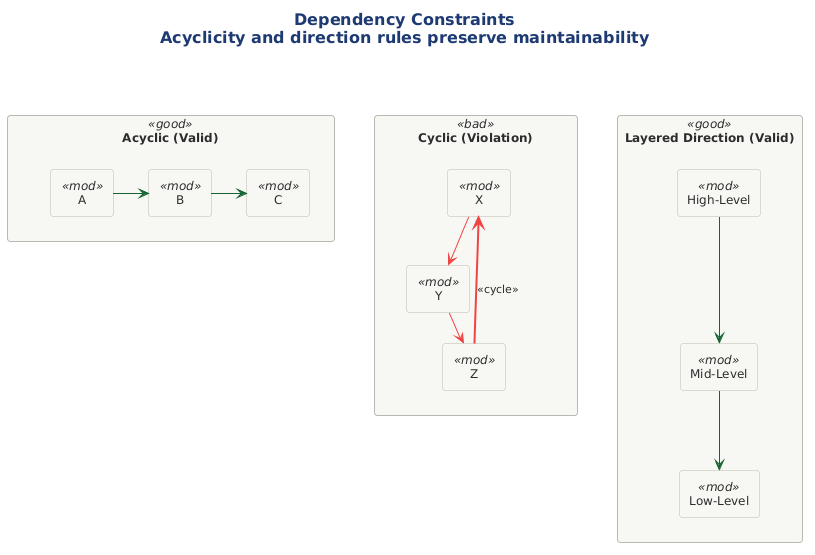
Notoriousjayy/latex-docs keeps this PlantUML diagram as src/architecture/views-and-beyond/style-catalogs/module/module-views/png/dependency-constraints-acyclicity-direction.png. Above is the earlier version. The source it was exported from:
```plantuml
@startuml

title <b>Dependency Constraints</b>\nAcyclicity and direction rules preserve maintainability

!include ../../../../../../tooling/styles/plantuml/structural/component-diagram-style.iuml

rectangle "**Acyclic (Valid)**" as G <<good>> {
  rectangle "A" as A1 <<mod>>
  rectangle "B" as B1 <<mod>>
  rectangle "C" as C1 <<mod>>
  A1 -[#166534]right-> B1
  B1 -[#166534]right-> C1
}

rectangle "**Cyclic (Violation)**" as BD <<bad>> {
  rectangle "X" as X1 <<mod>>
  rectangle "Y" as Y1 <<mod>>
  rectangle "Z" as Z1 <<mod>>
  X1 -[#EF4444]right-> Y1
  Y1 -[#EF4444]right-> Z1
  Z1 -[#EF4444,bold]up-> X1 : <<cycle>>
}

rectangle "**Layered Direction (Valid)**" as G2 <<good>> {
  rectangle "High-Level" as HL <<mod>>
  rectangle "Mid-Level" as ML <<mod>>
  rectangle "Low-Level" as LL <<mod>>
  HL -[#166534]down-> ML
  ML -[#166534]down-> LL
}

G -[hidden]right-> BD
BD -[hidden]right-> G2
@enduml
```
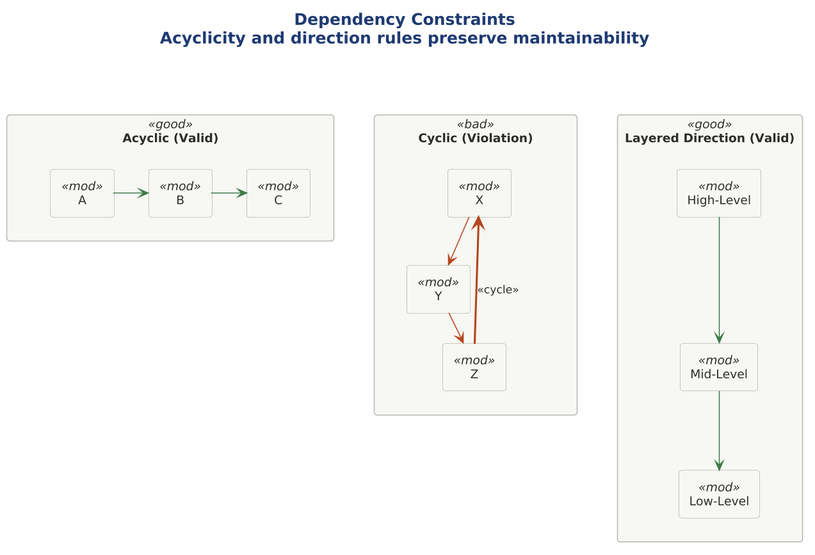
Above is the later version.

The edit, as a diff of the source:
```diff
@@ -1,4 +1,9 @@
 @startuml
+
+skinparam dpi 150
+
+
+
 
 title <b>Dependency Constraints</b>\nAcyclicity and direction rules preserve maintainability
 
@@ -8,25 +13,25 @@
   rectangle "A" as A1 <<mod>>
   rectangle "B" as B1 <<mod>>
   rectangle "C" as C1 <<mod>>
-  A1 -[#166534]right-> B1
-  B1 -[#166534]right-> C1
+  A1 -[$line_ok]right-> B1
+  B1 -[$line_ok]right-> C1
 }
 
 rectangle "**Cyclic (Violation)**" as BD <<bad>> {
   rectangle "X" as X1 <<mod>>
   rectangle "Y" as Y1 <<mod>>
   rectangle "Z" as Z1 <<mod>>
-  X1 -[#EF4444]right-> Y1
-  Y1 -[#EF4444]right-> Z1
-  Z1 -[#EF4444,bold]up-> X1 : <<cycle>>
+  X1 -[$line_invalid]right-> Y1
+  Y1 -[$line_invalid]right-> Z1
+  Z1 -[$line_invalid,bold]up-> X1 : <<cycle>>
 }
 
 rectangle "**Layered Direction (Valid)**" as G2 <<good>> {
   rectangle "High-Level" as HL <<mod>>
   rectangle "Mid-Level" as ML <<mod>>
   rectangle "Low-Level" as LL <<mod>>
-  HL -[#166534]down-> ML
-  ML -[#166534]down-> LL
+  HL -[$line_ok]down-> ML
+  ML -[$line_ok]down-> LL
 }
 
 G -[hidden]right-> BD
```
